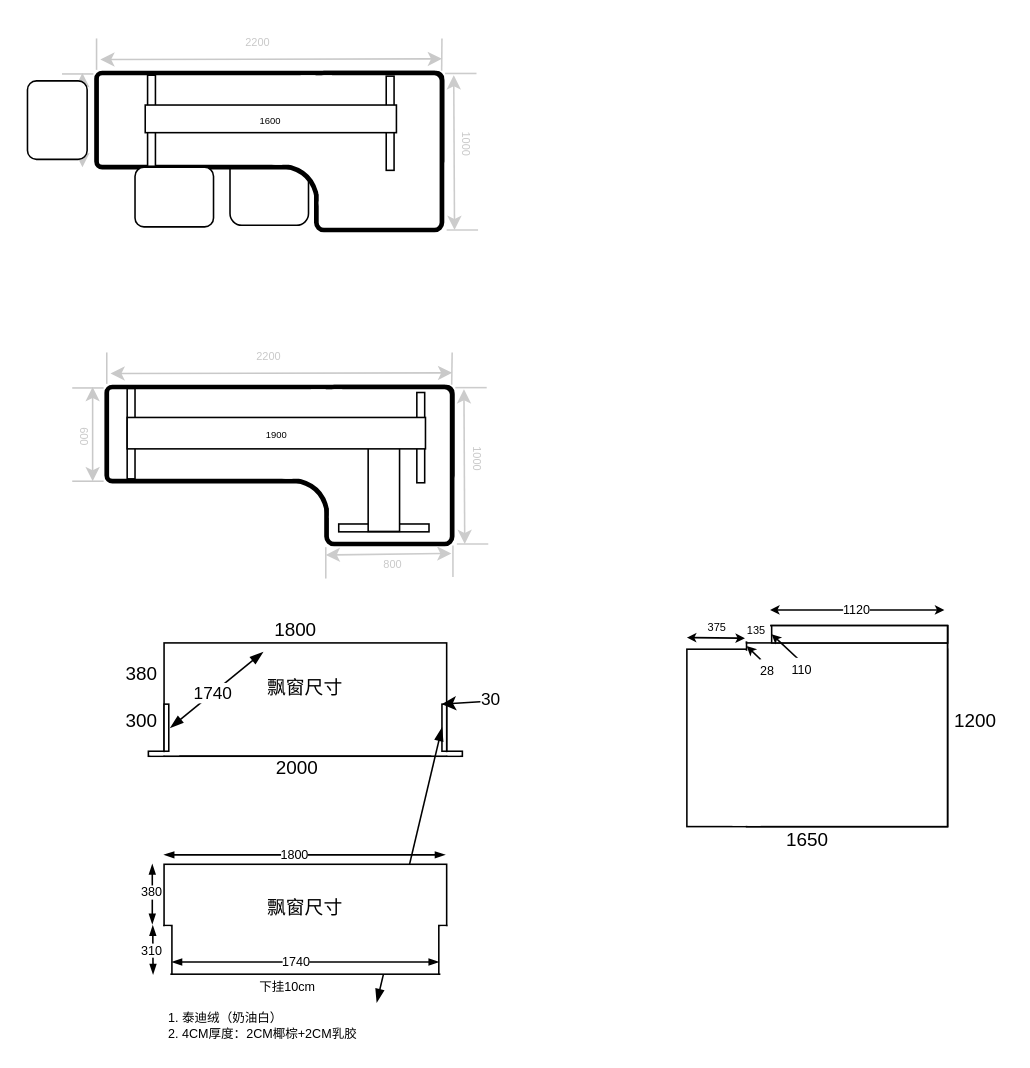
The draw.io diagram page "第 16 页" (16 of 16) of design.drawio in iswade/iswade, before the edit. Source tidied: cells renumbered, new cells numbered last; positions are measured from the earlier drawing's top-left corner, leaving out a move shared by most shapes. Both pictures are drawn from the tidied source at 157%, with x=0, y=0 at pixel (17, 27).
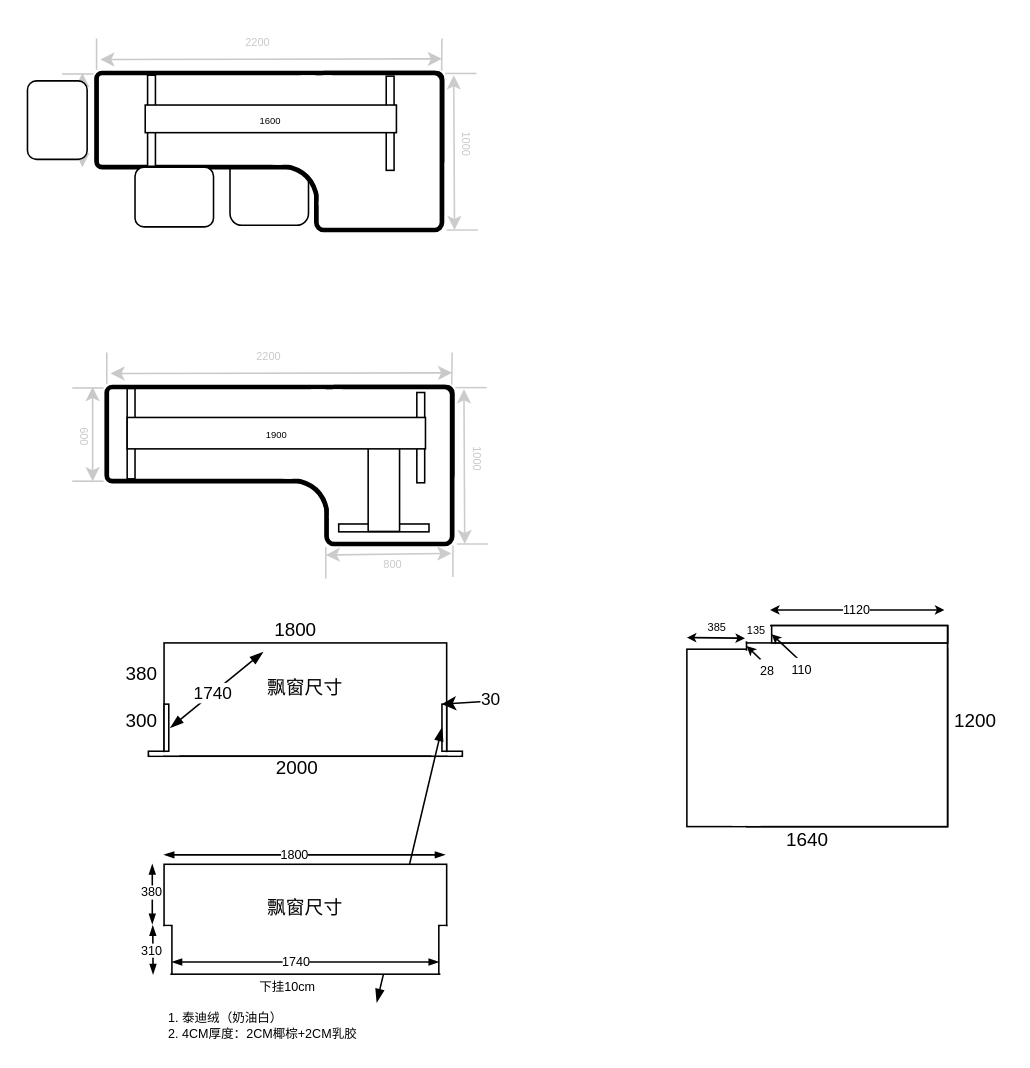
The same page after the edit.

The change refers to these unchanged cells:
```xml
<mxCell id="95" style="endArrow=classic;startArrow=classic;html=1;rounded=0;startSize=3;endSize=3;fontSize=6;" parent="1" edge="1">
  <mxGeometry relative="1" as="geometry">
    <mxPoint x="426" y="388.6" as="sourcePoint" />
    <mxPoint x="463" y="389" as="targetPoint" />
  </mxGeometry>
</mxCell>
```

The edit, as a diff of the source:
```diff
@@
-    <mxCell id="68" value="1650" style="text;html=1;align=center;verticalAlign=middle;whiteSpace=wrap;rounded=0;" parent="1" vertex="1">
+    <mxCell id="68" value="1640" style="text;html=1;align=center;verticalAlign=middle;whiteSpace=wrap;rounded=0;" parent="1" vertex="1">
       <mxGeometry x="473" y="511" width="60" height="14" as="geometry" />
     </mxCell>
@@
-    <mxCell id="96" value="&lt;font style=&quot;font-size: 7px;&quot;&gt;375&lt;/font&gt;" style="edgeLabel;html=1;align=center;verticalAlign=middle;" parent="95" vertex="1">
+    <mxCell id="96" value="&lt;font style=&quot;font-size: 7px;&quot;&gt;385&lt;/font&gt;" style="edgeLabel;html=1;align=center;verticalAlign=middle;" parent="95" vertex="1">
       <mxGeometry x="-0.02" y="1" relative="1" as="geometry">
         <mxPoint y="-7" as="offset" />
       </mxGeometry>
     </mxCell>
```
